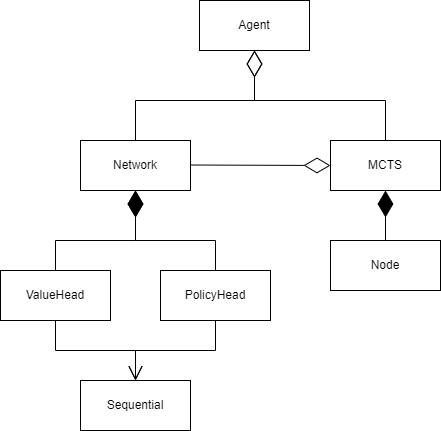
Before: LaTex/images/RLSolutionUML.png, a diagram exported from draw.io (edgar-maddocks/NEA). Source tidied: cells renumbered, new cells last; positions are measured from the earlier drawing's top-left corner, leaving out a move shared by most shapes.
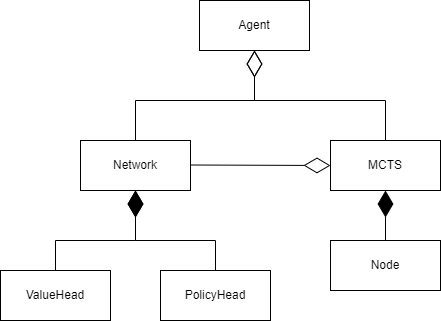
Later version of the same file.

The edit, as a diff of the source:
```diff
@@ -11,25 +11,6 @@
     <mxCell id="4" value="ValueHead" style="html=1;whiteSpace=wrap;" parent="1" vertex="1">
       <mxGeometry y="270" width="110" height="50" as="geometry" />
     </mxCell>
-    <mxCell id="5" value="Sequential" style="html=1;whiteSpace=wrap;" parent="1" vertex="1">
-      <mxGeometry x="80" y="380" width="110" height="50" as="geometry" />
-    </mxCell>
-    <mxCell id="6" style="endArrow=open;endFill=1;endSize=12;html=1;rounded=0;exitX=0.5;exitY=1;exitDx=0;exitDy=0;entryX=0.5;entryY=0;entryDx=0;entryDy=0;" parent="1" edge="1" source="3" target="5">
-      <mxGeometry relative="1" as="geometry">
-        <Array as="points">
-          <mxPoint x="215" y="350" />
-          <mxPoint x="135" y="350" />
-        </Array>
-      </mxGeometry>
-    </mxCell>
-    <mxCell id="7" style="endArrow=open;endFill=1;endSize=12;html=1;rounded=0;exitX=0.5;exitY=1;exitDx=0;exitDy=0;entryX=0.5;entryY=0;entryDx=0;entryDy=0;" parent="1" edge="1" source="4" target="5">
-      <mxGeometry relative="1" as="geometry">
-        <Array as="points">
-          <mxPoint x="55" y="350" />
-          <mxPoint x="135" y="350" />
-        </Array>
-      </mxGeometry>
-    </mxCell>
     <mxCell id="8" value="Network" style="html=1;whiteSpace=wrap;" parent="1" vertex="1">
       <mxGeometry x="80" y="140" width="110" height="50" as="geometry" />
     </mxCell>
```
